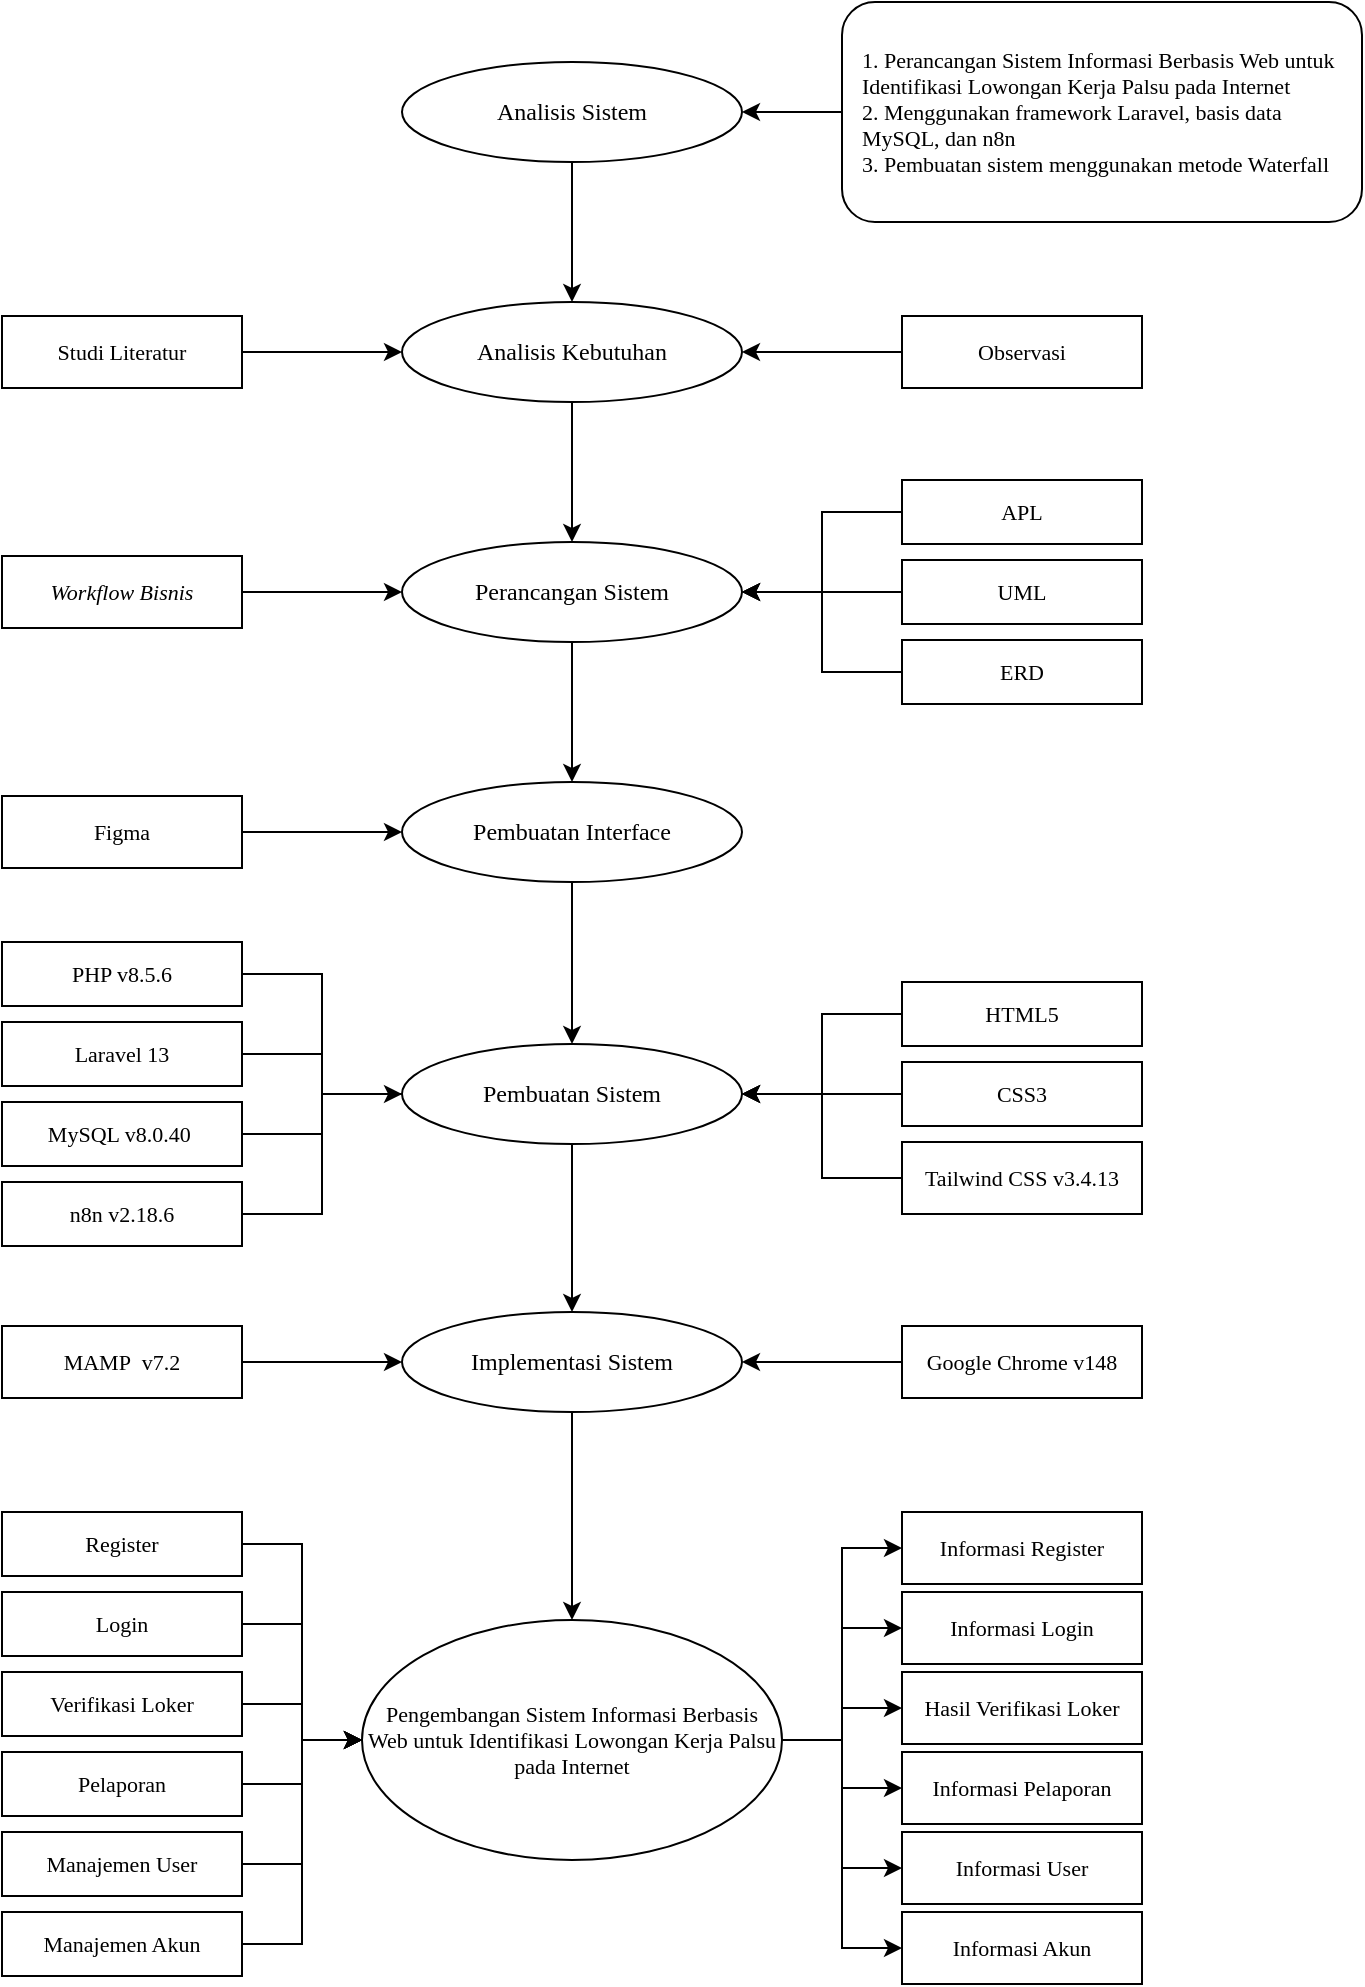
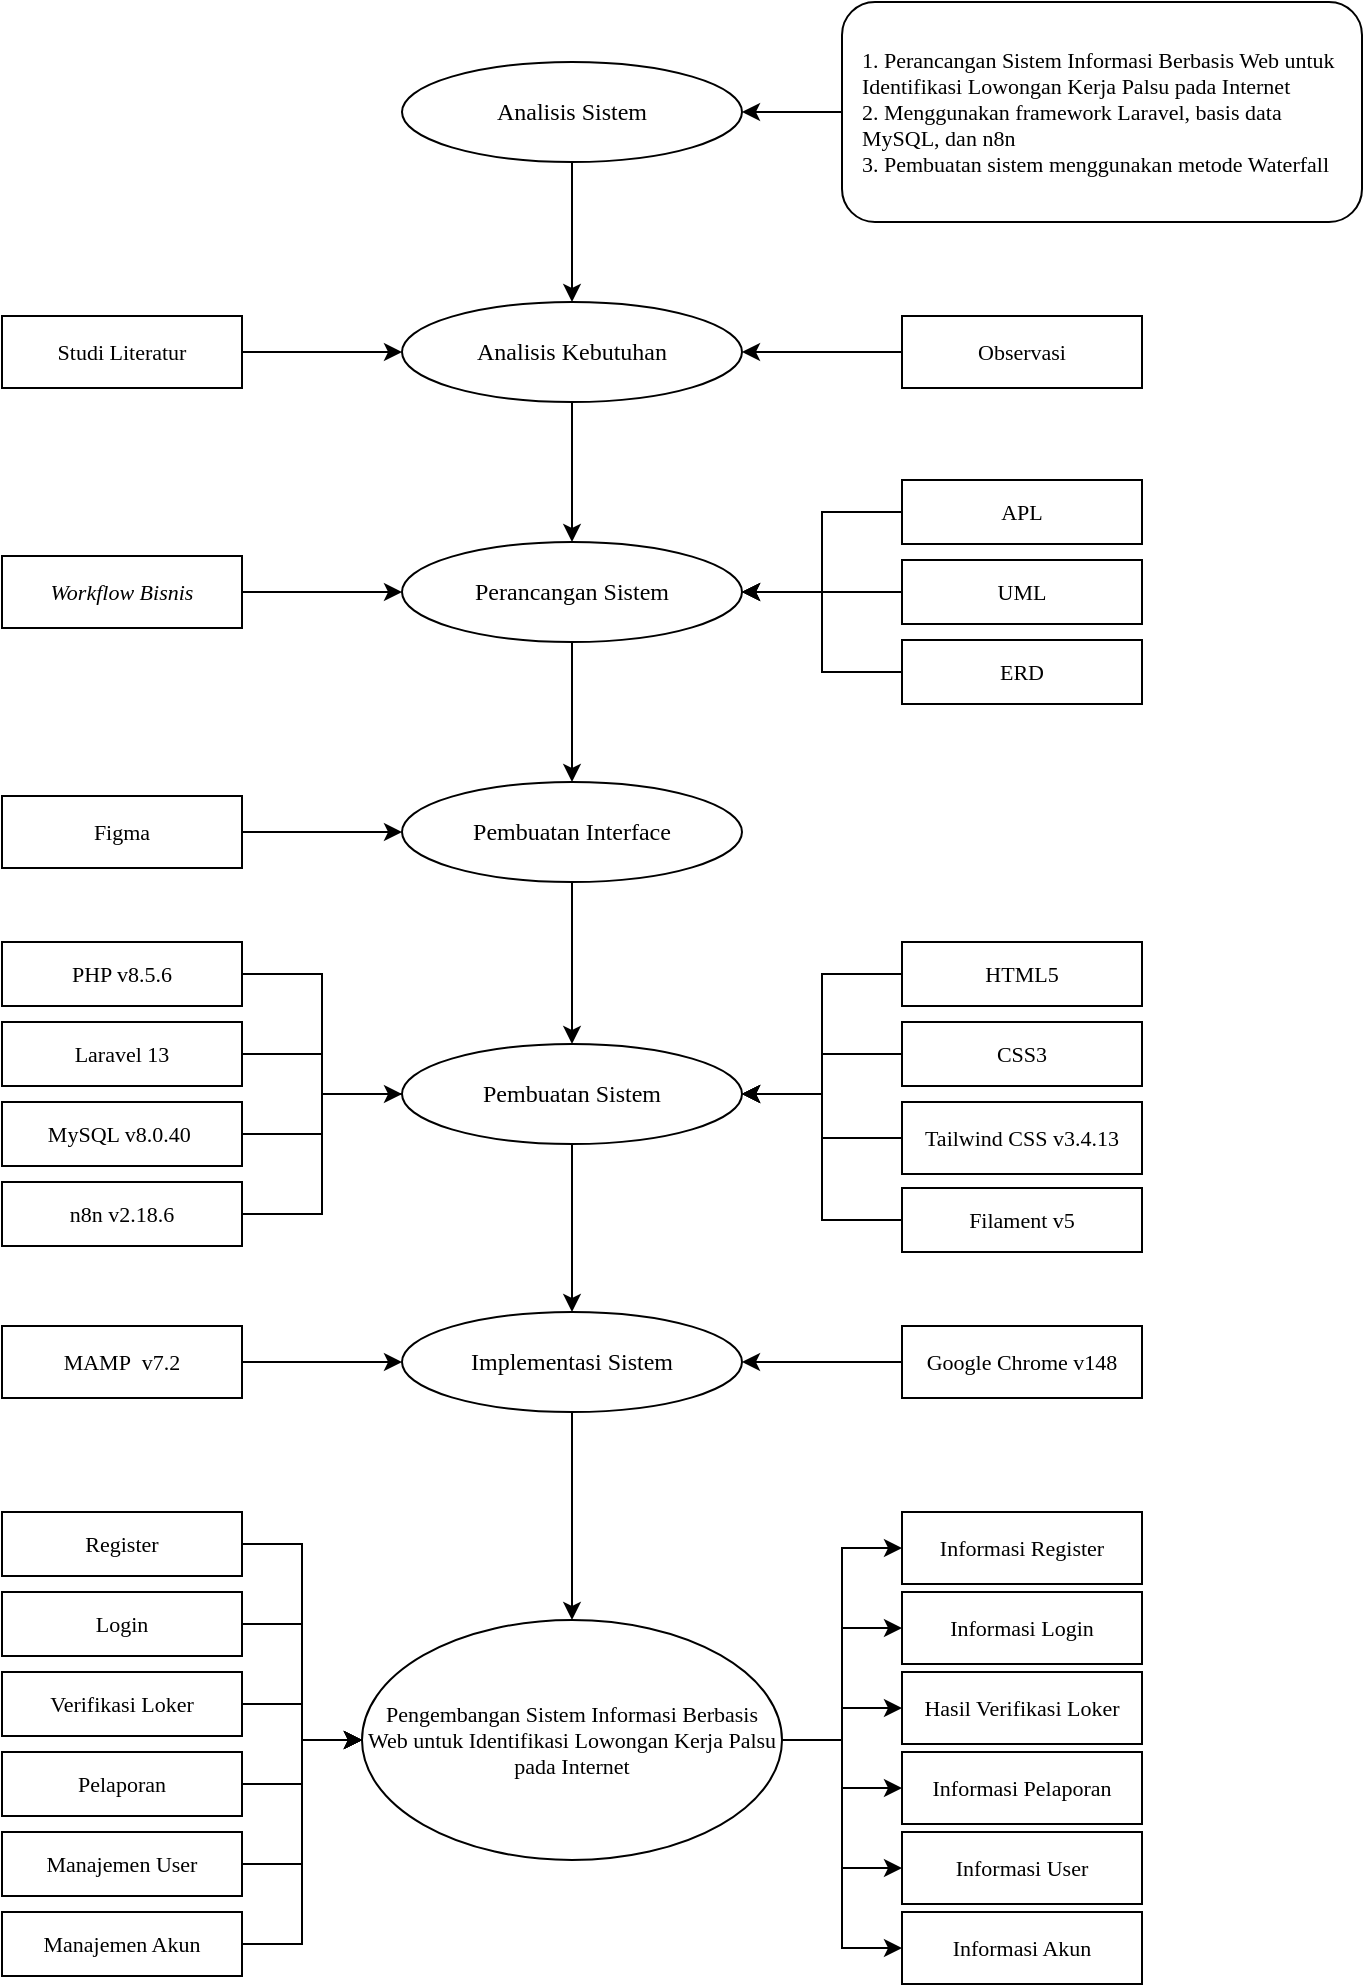
<mxfile host="app.diagrams.net">
  <diagram name="Page-1" id="yfmV3Sks-nrF4BvnnPUG">
-     <mxGraphModel dx="1071" dy="584" grid="1" gridSize="10" guides="1" tooltips="1" connect="1" arrows="1" fold="1" page="1" pageScale="1" pageWidth="827" pageHeight="1169" math="0" shadow="0">
+     <mxGraphModel dx="1712" dy="619" grid="1" gridSize="10" guides="1" tooltips="1" connect="1" arrows="1" fold="1" page="1" pageScale="1" pageWidth="827" pageHeight="1169" math="0" shadow="0">
      <root>
        <mxCell id="0" />
        <mxCell id="1" parent="0" />
        <mxCell id="fTyH0j3n_jQUCsVNDcWE-1" parent="1" style="ellipse;whiteSpace=wrap;html=1;fillColor=#ffffff;strokeColor=#000000;fontFamily=Times New Roman;fontSize=12;" value="Analisis Sistem" vertex="1">
          <mxGeometry height="50" width="170" x="580" y="110" as="geometry" />
        </mxCell>
        <mxCell id="fTyH0j3n_jQUCsVNDcWE-2" parent="1" style="ellipse;whiteSpace=wrap;html=1;fillColor=#ffffff;strokeColor=#000000;fontFamily=Times New Roman;fontSize=12;" value="Analisis Kebutuhan" vertex="1">
          <mxGeometry height="50" width="170" x="580" y="230" as="geometry" />
        </mxCell>
        <mxCell id="fTyH0j3n_jQUCsVNDcWE-3" parent="1" style="ellipse;whiteSpace=wrap;html=1;fillColor=#ffffff;strokeColor=#000000;fontFamily=Times New Roman;fontSize=12;" value="Perancangan Sistem" vertex="1">
          <mxGeometry height="50" width="170" x="580" y="350" as="geometry" />
        </mxCell>
        <mxCell id="fTyH0j3n_jQUCsVNDcWE-4" parent="1" style="ellipse;whiteSpace=wrap;html=1;fillColor=#ffffff;strokeColor=#000000;fontFamily=Times New Roman;fontSize=12;" value="Pembuatan Interface" vertex="1">
          <mxGeometry height="50" width="170" x="580" y="470" as="geometry" />
        </mxCell>
        <mxCell id="fTyH0j3n_jQUCsVNDcWE-5" parent="1" style="ellipse;whiteSpace=wrap;html=1;fillColor=#ffffff;strokeColor=#000000;fontFamily=Times New Roman;fontSize=12;" value="Pembuatan Sistem" vertex="1">
          <mxGeometry height="50" width="170" x="580" y="601" as="geometry" />
        </mxCell>
        <mxCell id="fTyH0j3n_jQUCsVNDcWE-6" parent="1" style="ellipse;whiteSpace=wrap;html=1;fillColor=#ffffff;strokeColor=#000000;fontFamily=Times New Roman;fontSize=12;" value="Implementasi Sistem" vertex="1">
          <mxGeometry height="50" width="170" x="580" y="735" as="geometry" />
        </mxCell>
        <mxCell id="fTyH0j3n_jQUCsVNDcWE-7" parent="1" style="ellipse;whiteSpace=wrap;html=1;fillColor=#ffffff;strokeColor=#000000;fontFamily=Times New Roman;fontSize=11;" value="Pengembangan Sistem Informasi Berbasis Web untuk Identifikasi Lowongan Kerja Palsu pada Internet" vertex="1">
          <mxGeometry height="120" width="210" x="560" y="889" as="geometry" />
        </mxCell>
        <mxCell id="fTyH0j3n_jQUCsVNDcWE-8" edge="1" parent="1" source="fTyH0j3n_jQUCsVNDcWE-1" style="endArrow=classic;html=1;rounded=0;exitX=0.5;exitY=1;entryX=0.5;entryY=0;" target="fTyH0j3n_jQUCsVNDcWE-2">
          <mxGeometry relative="1" as="geometry" />
        </mxCell>
        <mxCell id="fTyH0j3n_jQUCsVNDcWE-9" edge="1" parent="1" source="fTyH0j3n_jQUCsVNDcWE-2" style="endArrow=classic;html=1;rounded=0;exitX=0.5;exitY=1;entryX=0.5;entryY=0;" target="fTyH0j3n_jQUCsVNDcWE-3">
          <mxGeometry relative="1" as="geometry" />
        </mxCell>
        <mxCell id="fTyH0j3n_jQUCsVNDcWE-10" edge="1" parent="1" source="fTyH0j3n_jQUCsVNDcWE-3" style="endArrow=classic;html=1;rounded=0;exitX=0.5;exitY=1;entryX=0.5;entryY=0;" target="fTyH0j3n_jQUCsVNDcWE-4">
          <mxGeometry relative="1" as="geometry" />
        </mxCell>
        <mxCell id="fTyH0j3n_jQUCsVNDcWE-11" edge="1" parent="1" source="fTyH0j3n_jQUCsVNDcWE-4" style="endArrow=classic;html=1;rounded=0;exitX=0.5;exitY=1;entryX=0.5;entryY=0;" target="fTyH0j3n_jQUCsVNDcWE-5">
          <mxGeometry relative="1" as="geometry" />
        </mxCell>
        <mxCell id="fTyH0j3n_jQUCsVNDcWE-12" edge="1" parent="1" source="fTyH0j3n_jQUCsVNDcWE-5" style="endArrow=classic;html=1;rounded=0;exitX=0.5;exitY=1;entryX=0.5;entryY=0;" target="fTyH0j3n_jQUCsVNDcWE-6">
          <mxGeometry relative="1" as="geometry" />
        </mxCell>
        <mxCell id="fTyH0j3n_jQUCsVNDcWE-13" edge="1" parent="1" source="fTyH0j3n_jQUCsVNDcWE-6" style="endArrow=classic;html=1;rounded=0;exitX=0.5;exitY=1;entryX=0.5;entryY=0;" target="fTyH0j3n_jQUCsVNDcWE-7">
          <mxGeometry relative="1" as="geometry" />
        </mxCell>
        <mxCell id="fTyH0j3n_jQUCsVNDcWE-14" parent="1" style="rounded=1;whiteSpace=wrap;html=1;fillColor=#ffffff;strokeColor=#000000;fontFamily=Times New Roman;fontSize=11;align=left;verticalAlign=middle;spacingLeft=8;spacingRight=8;" value="1. Perancangan Sistem Informasi Berbasis Web untuk Identifikasi Lowongan Kerja Palsu pada Internet&lt;br&gt;2. Menggunakan framework Laravel, basis data MySQL, dan n8n&lt;br&gt;3. Pembuatan sistem menggunakan metode Waterfall" vertex="1">
          <mxGeometry height="110" width="260" x="800" y="80" as="geometry" />
        </mxCell>
        <mxCell id="fTyH0j3n_jQUCsVNDcWE-15" edge="1" parent="1" source="fTyH0j3n_jQUCsVNDcWE-1" style="endArrow=none;html=1;rounded=0;exitX=1;exitY=0.5;entryX=0;entryY=0.5;startArrow=classic;startFill=1;" target="fTyH0j3n_jQUCsVNDcWE-14">
          <mxGeometry relative="1" as="geometry" />
        </mxCell>
        <mxCell id="fTyH0j3n_jQUCsVNDcWE-16" parent="1" style="rounded=0;whiteSpace=wrap;html=1;fillColor=#ffffff;strokeColor=#000000;fontFamily=Times New Roman;fontSize=11;" value="Studi Literatur" vertex="1">
          <mxGeometry height="36" width="120" x="380" y="237" as="geometry" />
        </mxCell>
        <mxCell id="fTyH0j3n_jQUCsVNDcWE-19" edge="1" parent="1" source="fTyH0j3n_jQUCsVNDcWE-16" style="endArrow=classic;html=1;exitX=1;exitY=0.5;entryX=0;entryY=0.5;endFill=1;" target="fTyH0j3n_jQUCsVNDcWE-2">
          <mxGeometry relative="1" as="geometry" />
        </mxCell>
        <mxCell id="fTyH0j3n_jQUCsVNDcWE-22" parent="1" style="rounded=0;whiteSpace=wrap;html=1;fillColor=#ffffff;strokeColor=#000000;fontFamily=Times New Roman;fontSize=11;fontStyle=2" value="Workflow Bisnis" vertex="1">
          <mxGeometry height="36" width="120" x="380" y="357" as="geometry" />
        </mxCell>
        <mxCell id="fTyH0j3n_jQUCsVNDcWE-23" parent="1" style="rounded=0;whiteSpace=wrap;html=1;fillColor=#ffffff;strokeColor=#000000;fontFamily=Times New Roman;fontSize=11;" value="APL" vertex="1">
          <mxGeometry height="32" width="120" x="830" y="319" as="geometry" />
        </mxCell>
        <mxCell id="fTyH0j3n_jQUCsVNDcWE-24" parent="1" style="rounded=0;whiteSpace=wrap;html=1;fillColor=#ffffff;strokeColor=#000000;fontFamily=Times New Roman;fontSize=11;" value="UML" vertex="1">
          <mxGeometry height="32" width="120" x="830" y="359" as="geometry" />
        </mxCell>
        <mxCell id="fTyH0j3n_jQUCsVNDcWE-25" parent="1" style="rounded=0;whiteSpace=wrap;html=1;fillColor=#ffffff;strokeColor=#000000;fontFamily=Times New Roman;fontSize=11;" value="ERD" vertex="1">
          <mxGeometry height="32" width="120" x="830" y="399" as="geometry" />
        </mxCell>
        <mxCell id="fTyH0j3n_jQUCsVNDcWE-26" edge="1" parent="1" source="fTyH0j3n_jQUCsVNDcWE-22" style="endArrow=classic;html=1;exitX=1;exitY=0.5;entryX=0;entryY=0.5;endFill=1;" target="fTyH0j3n_jQUCsVNDcWE-3">
          <mxGeometry relative="1" as="geometry" />
        </mxCell>
        <mxCell id="fTyH0j3n_jQUCsVNDcWE-27" edge="1" parent="1" source="fTyH0j3n_jQUCsVNDcWE-3" style="endArrow=none;html=1;exitX=1;exitY=0.5;entryX=0;entryY=0.5;startArrow=classic;startFill=1;edgeStyle=orthogonalEdgeStyle;rounded=0;curved=0;" target="fTyH0j3n_jQUCsVNDcWE-23">
          <mxGeometry relative="1" as="geometry" />
        </mxCell>
        <mxCell id="fTyH0j3n_jQUCsVNDcWE-28" edge="1" parent="1" source="fTyH0j3n_jQUCsVNDcWE-3" style="endArrow=none;html=1;exitX=1;exitY=0.5;entryX=0;entryY=0.5;startArrow=classic;startFill=1;edgeStyle=orthogonalEdgeStyle;rounded=0;curved=0;" target="fTyH0j3n_jQUCsVNDcWE-24">
          <mxGeometry relative="1" as="geometry" />
        </mxCell>
        <mxCell id="fTyH0j3n_jQUCsVNDcWE-29" edge="1" parent="1" source="fTyH0j3n_jQUCsVNDcWE-3" style="endArrow=none;html=1;exitX=1;exitY=0.5;entryX=0;entryY=0.5;startArrow=classic;startFill=1;edgeStyle=orthogonalEdgeStyle;rounded=0;curved=0;" target="fTyH0j3n_jQUCsVNDcWE-25">
          <mxGeometry relative="1" as="geometry" />
        </mxCell>
        <mxCell id="fTyH0j3n_jQUCsVNDcWE-30" parent="1" style="rounded=0;whiteSpace=wrap;html=1;fillColor=#ffffff;strokeColor=#000000;fontFamily=Times New Roman;fontSize=11;" value="Figma" vertex="1">
          <mxGeometry height="36" width="120" x="380" y="477" as="geometry" />
        </mxCell>
        <mxCell id="fTyH0j3n_jQUCsVNDcWE-31" edge="1" parent="1" source="fTyH0j3n_jQUCsVNDcWE-30" style="endArrow=classic;html=1;exitX=1;exitY=0.5;entryX=0;entryY=0.5;endFill=1;" target="fTyH0j3n_jQUCsVNDcWE-4">
          <mxGeometry relative="1" as="geometry" />
        </mxCell>
        <mxCell id="fTyH0j3n_jQUCsVNDcWE-32" parent="1" style="rounded=0;whiteSpace=wrap;html=1;fillColor=#ffffff;strokeColor=#000000;fontFamily=Times New Roman;fontSize=11;" value="PHP v8.5.6" vertex="1">
          <mxGeometry height="32" width="120" x="380" y="550" as="geometry" />
        </mxCell>
        <mxCell id="fTyH0j3n_jQUCsVNDcWE-33" parent="1" style="rounded=0;whiteSpace=wrap;html=1;fillColor=#ffffff;strokeColor=#000000;fontFamily=Times New Roman;fontSize=11;" value="Laravel 13" vertex="1">
          <mxGeometry height="32" width="120" x="380" y="590" as="geometry" />
        </mxCell>
        <mxCell id="fTyH0j3n_jQUCsVNDcWE-34" parent="1" style="rounded=0;whiteSpace=wrap;html=1;fillColor=#ffffff;strokeColor=#000000;fontFamily=Times New Roman;fontSize=11;" value="MySQL v8.0.40&amp;nbsp;" vertex="1">
          <mxGeometry height="32" width="120" x="380" y="630" as="geometry" />
        </mxCell>
        <mxCell id="fTyH0j3n_jQUCsVNDcWE-35" parent="1" style="rounded=0;whiteSpace=wrap;html=1;fillColor=#ffffff;strokeColor=#000000;fontFamily=Times New Roman;fontSize=11;" value="HTML5" vertex="1">
-           <mxGeometry height="32" width="120" x="830" y="570" as="geometry" />
+           <mxGeometry height="32" width="120" x="830" y="550" as="geometry" />
        </mxCell>
        <mxCell id="fTyH0j3n_jQUCsVNDcWE-36" parent="1" style="rounded=0;whiteSpace=wrap;html=1;fillColor=#ffffff;strokeColor=#000000;fontFamily=Times New Roman;fontSize=11;" value="CSS3" vertex="1">
-           <mxGeometry height="32" width="120" x="830" y="610" as="geometry" />
+           <mxGeometry height="32" width="120" x="830" y="590" as="geometry" />
        </mxCell>
        <mxCell id="fTyH0j3n_jQUCsVNDcWE-37" parent="1" style="rounded=0;whiteSpace=wrap;html=1;fillColor=#ffffff;strokeColor=#000000;fontFamily=Times New Roman;fontSize=11;" value="Tailwind CSS v3.4.13" vertex="1">
-           <mxGeometry height="36" width="120" x="830" y="650" as="geometry" />
+           <mxGeometry height="36" width="120" x="830" y="630" as="geometry" />
        </mxCell>
        <mxCell id="fTyH0j3n_jQUCsVNDcWE-38" edge="1" parent="1" source="fTyH0j3n_jQUCsVNDcWE-32" style="endArrow=none;html=1;exitX=1;exitY=0.5;entryX=0;entryY=0.5;edgeStyle=orthogonalEdgeStyle;rounded=0;curved=0;" target="fTyH0j3n_jQUCsVNDcWE-5">
          <mxGeometry relative="1" as="geometry" />
        </mxCell>
        <mxCell id="fTyH0j3n_jQUCsVNDcWE-39" edge="1" parent="1" source="fTyH0j3n_jQUCsVNDcWE-33" style="endArrow=none;html=1;exitX=1;exitY=0.5;entryX=0;entryY=0.5;edgeStyle=orthogonalEdgeStyle;rounded=0;curved=0;" target="fTyH0j3n_jQUCsVNDcWE-5">
          <mxGeometry relative="1" as="geometry" />
        </mxCell>
        <mxCell id="fTyH0j3n_jQUCsVNDcWE-40" edge="1" parent="1" source="fTyH0j3n_jQUCsVNDcWE-34" style="endArrow=none;html=1;exitX=1;exitY=0.5;entryX=0;entryY=0.5;edgeStyle=orthogonalEdgeStyle;rounded=0;curved=0;" target="fTyH0j3n_jQUCsVNDcWE-5">
          <mxGeometry relative="1" as="geometry" />
        </mxCell>
        <mxCell id="fTyH0j3n_jQUCsVNDcWE-41" edge="1" parent="1" source="fTyH0j3n_jQUCsVNDcWE-5" style="endArrow=none;html=1;exitX=1;exitY=0.5;entryX=0;entryY=0.5;edgeStyle=orthogonalEdgeStyle;rounded=0;curved=0;startArrow=classic;startFill=1;" target="fTyH0j3n_jQUCsVNDcWE-35">
          <mxGeometry relative="1" as="geometry" />
        </mxCell>
        <mxCell id="fTyH0j3n_jQUCsVNDcWE-42" edge="1" parent="1" source="fTyH0j3n_jQUCsVNDcWE-5" style="endArrow=none;html=1;exitX=1;exitY=0.5;entryX=0;entryY=0.5;edgeStyle=orthogonalEdgeStyle;rounded=0;curved=0;startArrow=classic;startFill=1;" target="fTyH0j3n_jQUCsVNDcWE-36">
          <mxGeometry relative="1" as="geometry" />
        </mxCell>
        <mxCell id="fTyH0j3n_jQUCsVNDcWE-43" edge="1" parent="1" source="fTyH0j3n_jQUCsVNDcWE-5" style="endArrow=none;html=1;exitX=1;exitY=0.5;entryX=0;entryY=0.5;edgeStyle=orthogonalEdgeStyle;rounded=0;curved=0;startArrow=classic;startFill=1;" target="fTyH0j3n_jQUCsVNDcWE-37">
          <mxGeometry relative="1" as="geometry" />
        </mxCell>
        <mxCell id="fTyH0j3n_jQUCsVNDcWE-44" parent="1" style="rounded=0;whiteSpace=wrap;html=1;fillColor=#ffffff;strokeColor=#000000;fontFamily=Times New Roman;fontSize=11;" value="MAMP&amp;nbsp; v7.2" vertex="1">
          <mxGeometry height="36" width="120" x="380" y="742" as="geometry" />
        </mxCell>
        <mxCell id="fTyH0j3n_jQUCsVNDcWE-45" parent="1" style="rounded=0;whiteSpace=wrap;html=1;fillColor=#ffffff;strokeColor=#000000;fontFamily=Times New Roman;fontSize=11;" value="Google Chrome v148" vertex="1">
          <mxGeometry height="36" width="120" x="830" y="742" as="geometry" />
        </mxCell>
        <mxCell id="fTyH0j3n_jQUCsVNDcWE-46" edge="1" parent="1" source="fTyH0j3n_jQUCsVNDcWE-44" style="endArrow=classic;html=1;exitX=1;exitY=0.5;entryX=0;entryY=0.5;endFill=1;" target="fTyH0j3n_jQUCsVNDcWE-6">
          <mxGeometry relative="1" as="geometry" />
        </mxCell>
        <mxCell id="fTyH0j3n_jQUCsVNDcWE-47" edge="1" parent="1" source="fTyH0j3n_jQUCsVNDcWE-6" style="endArrow=none;html=1;exitX=1;exitY=0.5;entryX=0;entryY=0.5;startArrow=classic;startFill=1;" target="fTyH0j3n_jQUCsVNDcWE-45">
          <mxGeometry relative="1" as="geometry" />
        </mxCell>
        <mxCell id="fTyH0j3n_jQUCsVNDcWE-48" parent="1" style="rounded=0;whiteSpace=wrap;html=1;fillColor=#ffffff;strokeColor=#000000;fontFamily=Times New Roman;fontSize=11;" value="Register" vertex="1">
          <mxGeometry height="32" width="120" x="380" y="835" as="geometry" />
        </mxCell>
        <mxCell id="fTyH0j3n_jQUCsVNDcWE-49" parent="1" style="rounded=0;whiteSpace=wrap;html=1;fillColor=#ffffff;strokeColor=#000000;fontFamily=Times New Roman;fontSize=11;" value="Login" vertex="1">
          <mxGeometry height="32" width="120" x="380" y="875" as="geometry" />
        </mxCell>
        <mxCell id="fTyH0j3n_jQUCsVNDcWE-50" parent="1" style="rounded=0;whiteSpace=wrap;html=1;fillColor=#ffffff;strokeColor=#000000;fontFamily=Times New Roman;fontSize=11;" value="Verifikasi Loker" vertex="1">
          <mxGeometry height="32" width="120" x="380" y="915" as="geometry" />
        </mxCell>
        <mxCell id="fTyH0j3n_jQUCsVNDcWE-51" parent="1" style="rounded=0;whiteSpace=wrap;html=1;fillColor=#ffffff;strokeColor=#000000;fontFamily=Times New Roman;fontSize=11;" value="Pelaporan" vertex="1">
          <mxGeometry height="32" width="120" x="380" y="955" as="geometry" />
        </mxCell>
        <mxCell id="fTyH0j3n_jQUCsVNDcWE-52" parent="1" style="rounded=0;whiteSpace=wrap;html=1;fillColor=#ffffff;strokeColor=#000000;fontFamily=Times New Roman;fontSize=11;" value="Manajemen User" vertex="1">
          <mxGeometry height="32" width="120" x="380" y="995" as="geometry" />
        </mxCell>
        <mxCell id="fTyH0j3n_jQUCsVNDcWE-53" parent="1" style="rounded=0;whiteSpace=wrap;html=1;fillColor=#ffffff;strokeColor=#000000;fontFamily=Times New Roman;fontSize=11;" value="Manajemen Akun" vertex="1">
          <mxGeometry height="32" width="120" x="380" y="1035" as="geometry" />
        </mxCell>
        <mxCell id="fTyH0j3n_jQUCsVNDcWE-59" edge="1" parent="1" source="fTyH0j3n_jQUCsVNDcWE-48" style="endArrow=classic;html=1;exitX=1;exitY=0.5;entryX=0;entryY=0.5;edgeStyle=orthogonalEdgeStyle;rounded=0;curved=0;endFill=1;" target="fTyH0j3n_jQUCsVNDcWE-7">
          <mxGeometry relative="1" as="geometry" />
        </mxCell>
        <mxCell id="fTyH0j3n_jQUCsVNDcWE-60" edge="1" parent="1" source="fTyH0j3n_jQUCsVNDcWE-49" style="endArrow=classic;html=1;exitX=1;exitY=0.5;entryX=0;entryY=0.5;edgeStyle=orthogonalEdgeStyle;rounded=0;curved=0;endFill=1;" target="fTyH0j3n_jQUCsVNDcWE-7">
          <mxGeometry relative="1" as="geometry" />
        </mxCell>
        <mxCell id="fTyH0j3n_jQUCsVNDcWE-61" edge="1" parent="1" source="fTyH0j3n_jQUCsVNDcWE-50" style="endArrow=classic;html=1;exitX=1;exitY=0.5;entryX=0;entryY=0.5;edgeStyle=orthogonalEdgeStyle;rounded=0;curved=0;endFill=1;" target="fTyH0j3n_jQUCsVNDcWE-7">
          <mxGeometry relative="1" as="geometry" />
        </mxCell>
        <mxCell id="fTyH0j3n_jQUCsVNDcWE-62" edge="1" parent="1" source="fTyH0j3n_jQUCsVNDcWE-51" style="endArrow=none;html=1;exitX=1;exitY=0.5;entryX=0;entryY=0.5;edgeStyle=orthogonalEdgeStyle;rounded=0;curved=0;" target="fTyH0j3n_jQUCsVNDcWE-7">
          <mxGeometry relative="1" as="geometry" />
        </mxCell>
        <mxCell id="fTyH0j3n_jQUCsVNDcWE-63" edge="1" parent="1" source="fTyH0j3n_jQUCsVNDcWE-52" style="endArrow=classic;html=1;exitX=1;exitY=0.5;entryX=0;entryY=0.5;edgeStyle=orthogonalEdgeStyle;rounded=0;curved=0;endFill=1;" target="fTyH0j3n_jQUCsVNDcWE-7">
          <mxGeometry relative="1" as="geometry" />
        </mxCell>
        <mxCell id="fTyH0j3n_jQUCsVNDcWE-64" edge="1" parent="1" source="fTyH0j3n_jQUCsVNDcWE-53" style="endArrow=classic;html=1;exitX=1;exitY=0.5;entryX=0;entryY=0.5;edgeStyle=orthogonalEdgeStyle;rounded=0;curved=0;endFill=1;" target="fTyH0j3n_jQUCsVNDcWE-7">
          <mxGeometry relative="1" as="geometry" />
        </mxCell>
        <mxCell id="fTyH0j3n_jQUCsVNDcWE-70" parent="1" style="rounded=0;whiteSpace=wrap;html=1;fillColor=#ffffff;strokeColor=#000000;fontFamily=Times New Roman;fontSize=11;" value="Informasi Register" vertex="1">
          <mxGeometry height="36" width="120" x="830" y="835" as="geometry" />
        </mxCell>
        <mxCell id="fTyH0j3n_jQUCsVNDcWE-71" parent="1" style="rounded=0;whiteSpace=wrap;html=1;fillColor=#ffffff;strokeColor=#000000;fontFamily=Times New Roman;fontSize=11;" value="Informasi Login" vertex="1">
          <mxGeometry height="36" width="120" x="830" y="875" as="geometry" />
        </mxCell>
        <mxCell id="fTyH0j3n_jQUCsVNDcWE-72" parent="1" style="rounded=0;whiteSpace=wrap;html=1;fillColor=#ffffff;strokeColor=#000000;fontFamily=Times New Roman;fontSize=11;" value="Hasil Verifikasi Loker" vertex="1">
          <mxGeometry height="36" width="120" x="830" y="915" as="geometry" />
        </mxCell>
        <mxCell id="fTyH0j3n_jQUCsVNDcWE-73" parent="1" style="rounded=0;whiteSpace=wrap;html=1;fillColor=#ffffff;strokeColor=#000000;fontFamily=Times New Roman;fontSize=11;" value="Informasi Pelaporan" vertex="1">
          <mxGeometry height="36" width="120" x="830" y="955" as="geometry" />
        </mxCell>
        <mxCell id="fTyH0j3n_jQUCsVNDcWE-74" parent="1" style="rounded=0;whiteSpace=wrap;html=1;fillColor=#ffffff;strokeColor=#000000;fontFamily=Times New Roman;fontSize=11;" value="Informasi User" vertex="1">
          <mxGeometry height="36" width="120" x="830" y="995" as="geometry" />
        </mxCell>
        <mxCell id="fTyH0j3n_jQUCsVNDcWE-75" parent="1" style="rounded=0;whiteSpace=wrap;html=1;fillColor=#ffffff;strokeColor=#000000;fontFamily=Times New Roman;fontSize=11;" value="Informasi Akun" vertex="1">
          <mxGeometry height="36" width="120" x="830" y="1035" as="geometry" />
        </mxCell>
        <mxCell id="fTyH0j3n_jQUCsVNDcWE-81" edge="1" parent="1" source="fTyH0j3n_jQUCsVNDcWE-7" style="endArrow=classic;html=1;exitX=1;exitY=0.5;entryX=0;entryY=0.5;rounded=0;edgeStyle=orthogonalEdgeStyle;endFill=1;" target="fTyH0j3n_jQUCsVNDcWE-70">
          <mxGeometry relative="1" as="geometry" />
        </mxCell>
        <mxCell id="fTyH0j3n_jQUCsVNDcWE-82" edge="1" parent="1" source="fTyH0j3n_jQUCsVNDcWE-7" style="endArrow=classic;html=1;exitX=1;exitY=0.5;entryX=0;entryY=0.5;rounded=0;edgeStyle=orthogonalEdgeStyle;endFill=1;" target="fTyH0j3n_jQUCsVNDcWE-71">
          <mxGeometry relative="1" as="geometry" />
        </mxCell>
        <mxCell id="fTyH0j3n_jQUCsVNDcWE-83" edge="1" parent="1" source="fTyH0j3n_jQUCsVNDcWE-7" style="endArrow=classic;html=1;exitX=1;exitY=0.5;entryX=0;entryY=0.5;rounded=0;edgeStyle=orthogonalEdgeStyle;endFill=1;" target="fTyH0j3n_jQUCsVNDcWE-72">
          <mxGeometry relative="1" as="geometry" />
        </mxCell>
        <mxCell id="fTyH0j3n_jQUCsVNDcWE-84" edge="1" parent="1" source="fTyH0j3n_jQUCsVNDcWE-7" style="endArrow=classic;html=1;exitX=1;exitY=0.5;entryX=0;entryY=0.5;rounded=0;edgeStyle=orthogonalEdgeStyle;endFill=1;" target="fTyH0j3n_jQUCsVNDcWE-73">
          <mxGeometry relative="1" as="geometry" />
        </mxCell>
        <mxCell id="fTyH0j3n_jQUCsVNDcWE-85" edge="1" parent="1" source="fTyH0j3n_jQUCsVNDcWE-7" style="endArrow=classic;html=1;exitX=1;exitY=0.5;entryX=0;entryY=0.5;rounded=0;edgeStyle=orthogonalEdgeStyle;endFill=1;" target="fTyH0j3n_jQUCsVNDcWE-74">
          <mxGeometry relative="1" as="geometry" />
        </mxCell>
        <mxCell id="fTyH0j3n_jQUCsVNDcWE-86" edge="1" parent="1" source="fTyH0j3n_jQUCsVNDcWE-7" style="endArrow=classic;html=1;exitX=1;exitY=0.5;entryX=0;entryY=0.5;rounded=0;edgeStyle=orthogonalEdgeStyle;endFill=1;" target="fTyH0j3n_jQUCsVNDcWE-75">
          <mxGeometry relative="1" as="geometry" />
        </mxCell>
        <mxCell id="N9CpWy_333Ilmsceh_oc-2" edge="1" parent="1" source="N9CpWy_333Ilmsceh_oc-1" style="edgeStyle=orthogonalEdgeStyle;rounded=0;orthogonalLoop=1;jettySize=auto;html=1;exitX=1;exitY=0.5;exitDx=0;exitDy=0;entryX=0;entryY=0.5;entryDx=0;entryDy=0;" target="fTyH0j3n_jQUCsVNDcWE-5">
          <mxGeometry relative="1" as="geometry" />
        </mxCell>
        <mxCell id="N9CpWy_333Ilmsceh_oc-1" parent="1" style="rounded=0;whiteSpace=wrap;html=1;fillColor=#ffffff;strokeColor=#000000;fontFamily=Times New Roman;fontSize=11;" value="n8n v2.18.6" vertex="1">
          <mxGeometry height="32" width="120" x="380" y="670" as="geometry" />
        </mxCell>
        <mxCell id="N9CpWy_333Ilmsceh_oc-9" edge="1" parent="1" source="N9CpWy_333Ilmsceh_oc-8" style="edgeStyle=orthogonalEdgeStyle;rounded=0;orthogonalLoop=1;jettySize=auto;html=1;" target="fTyH0j3n_jQUCsVNDcWE-2" value="">
          <mxGeometry relative="1" as="geometry" />
        </mxCell>
        <mxCell id="N9CpWy_333Ilmsceh_oc-8" parent="1" style="rounded=0;whiteSpace=wrap;html=1;fillColor=#ffffff;strokeColor=#000000;fontFamily=Times New Roman;fontSize=11;" value="Observasi" vertex="1">
          <mxGeometry height="36" width="120" x="830" y="237" as="geometry" />
+         </mxCell>
+         <mxCell id="_PsySh128Ptlk5mH-gme-2" edge="1" parent="1" source="_PsySh128Ptlk5mH-gme-1" style="edgeStyle=orthogonalEdgeStyle;rounded=0;orthogonalLoop=1;jettySize=auto;html=1;exitX=0;exitY=0.5;exitDx=0;exitDy=0;entryX=1;entryY=0.5;entryDx=0;entryDy=0;" target="fTyH0j3n_jQUCsVNDcWE-5">
+           <mxGeometry relative="1" as="geometry" />
+         </mxCell>
+         <mxCell id="_PsySh128Ptlk5mH-gme-1" parent="1" style="rounded=0;whiteSpace=wrap;html=1;fillColor=#ffffff;strokeColor=#000000;fontFamily=Times New Roman;fontSize=11;" value="Filament v5" vertex="1">
+           <mxGeometry height="32" width="120" x="830" y="673" as="geometry" />
        </mxCell>
      </root>
    </mxGraphModel>
  </diagram>
</mxfile>
